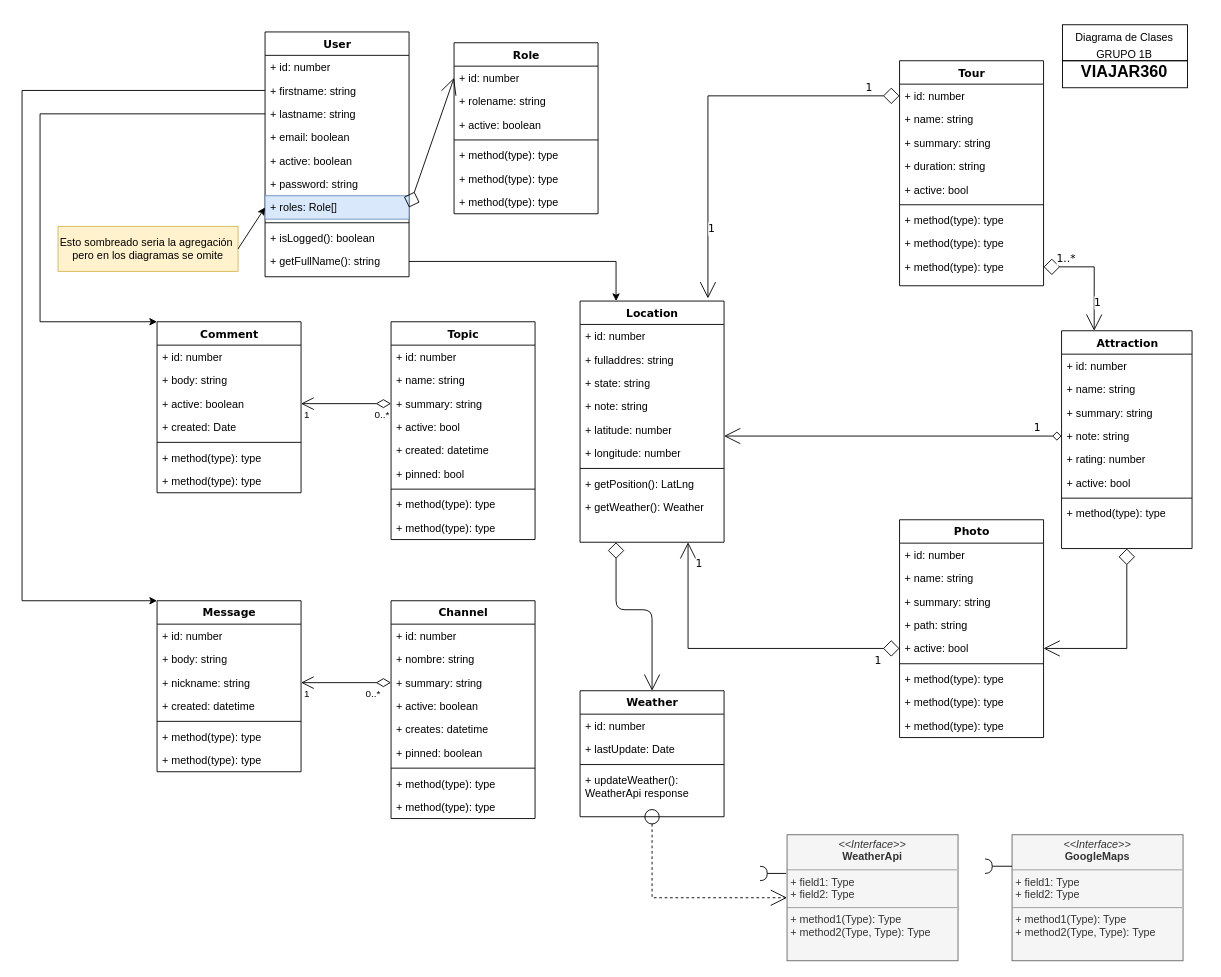
Above: viajar360-documentos/diagrama_de_clases.drawio in classroomEntreRios/proyecto-g1b-proyecto-g1b (draw.io), before the change. Source tidied: cells renumbered, new cells numbered last; positions are measured from the earlier drawing's top-left corner, leaving out a move shared by most shapes. Both pictures are drawn from the tidied source at 90%, with x=0, y=0 at pixel (22, 15).
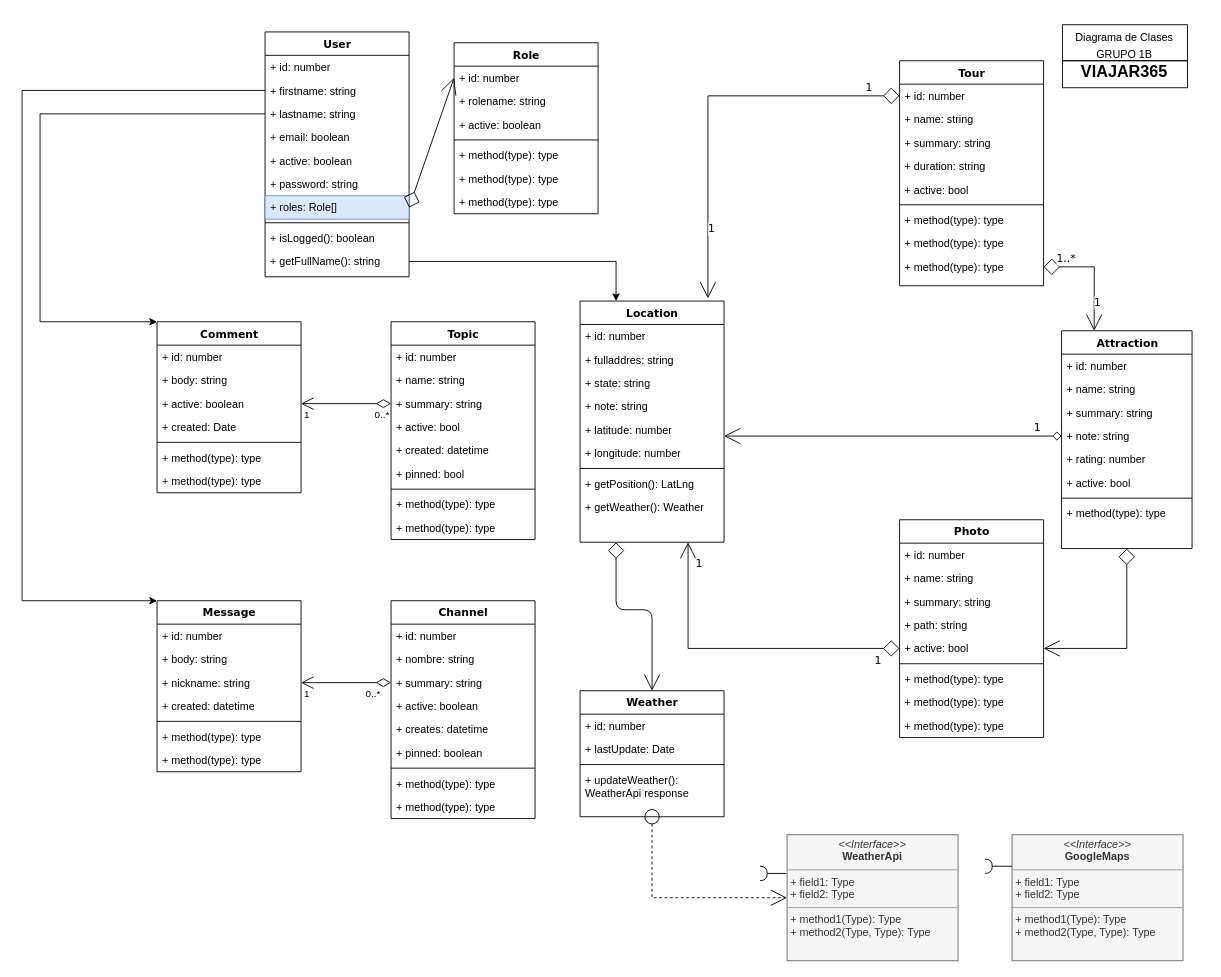
After the change.

Commit message (it also covers changes not shown here):
Der y Diag De clases Viajar 365

Unchanged cells that the change refers to:
```xml
<mxCell id="19" value="+ roles: Role[]" style="text;html=1;strokeColor=#6c8ebf;fillColor=#dae8fc;align=left;verticalAlign=top;spacingLeft=4;spacingRight=4;whiteSpace=wrap;overflow=hidden;points=[[0,0.5],[1,0.5]];portConstraint=eastwest;" parent="12" vertex="1">
  <mxGeometry y="182" width="160" height="26" as="geometry" />
</mxCell>
<mxCell id="67" style="group;" parent="1" vertex="1">
  <mxGeometry x="1135" width="180" height="90" as="geometry" />
</mxCell>
```

The edit, as a diff of the source:
```diff
@@
-    <mxCell id="70" value="Diagrama de Clases&lt;br&gt;GRUPO 1B&lt;b style=&quot;font-size: 18px&quot;&gt;&lt;br&gt;VIAJAR360&lt;/b&gt;" style="text;html=1;strokeColor=none;fillColor=none;align=center;verticalAlign=middle;whiteSpace=wrap;rounded=0;" parent="67" vertex="1">
+    <mxCell id="70" value="Diagrama de Clases&lt;br&gt;GRUPO 1B&lt;b style=&quot;font-size: 18px&quot;&gt;&lt;br&gt;VIAJAR365&lt;/b&gt;" style="text;html=1;strokeColor=none;fillColor=none;align=center;verticalAlign=middle;whiteSpace=wrap;rounded=0;" parent="67" vertex="1">
       <mxGeometry width="180" height="90" as="geometry" />
     </mxCell>
@@
-    <mxCell id="92" value="Esto sombreado seria la agregación&amp;nbsp;&lt;br&gt;pero en los diagramas se omite" style="text;html=1;strokeColor=#d6b656;fillColor=#fff2cc;align=center;verticalAlign=middle;whiteSpace=wrap;rounded=0;" parent="1" vertex="1">
-      <mxGeometry x="40" y="234" width="200" height="50" as="geometry" />
-    </mxCell>
@@
-    <mxCell id="113" style="endArrow=classic;html=1;exitX=1;exitY=0.5;exitDx=0;exitDy=0;entryX=0;entryY=0.5;entryDx=0;entryDy=0;" parent="1" edge="1" source="92" target="19">
-      <mxGeometry relative="1" as="geometry" />
-    </mxCell>
```
